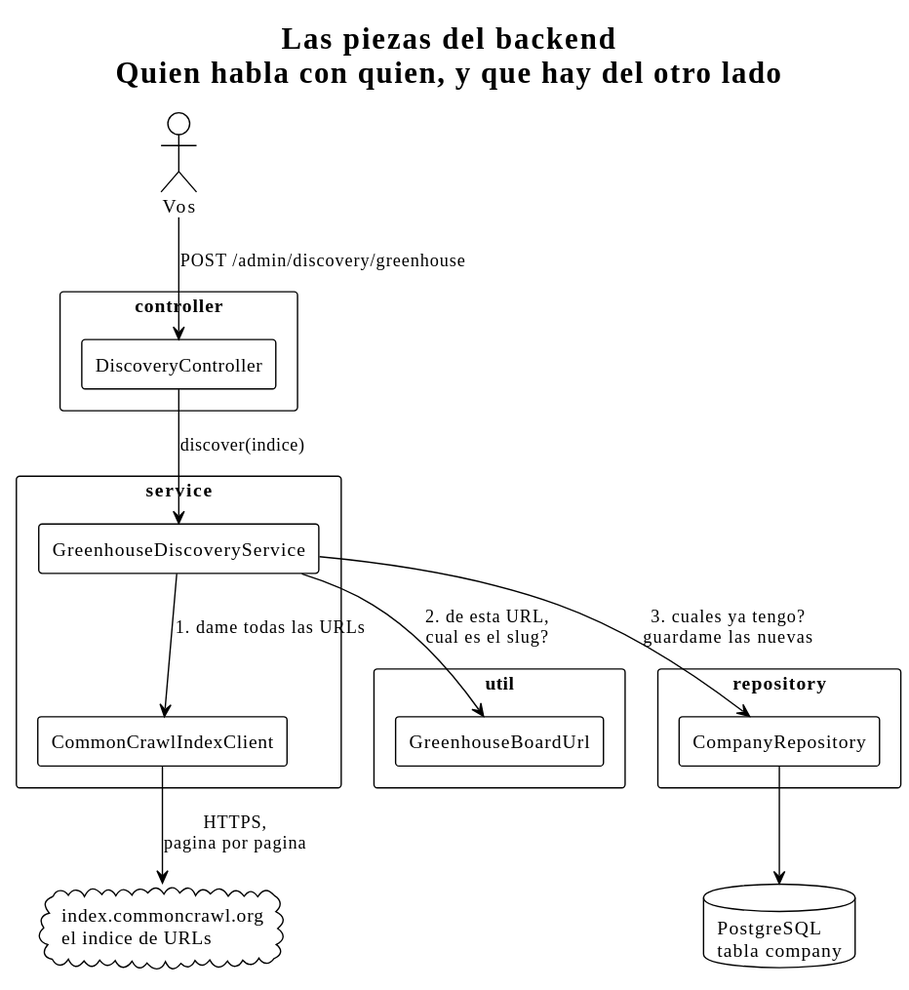
Before: docs/para-humanos/diagramas/panorama.svg, a diagram exported from PlantUML (EliasNAires/oneprofile).
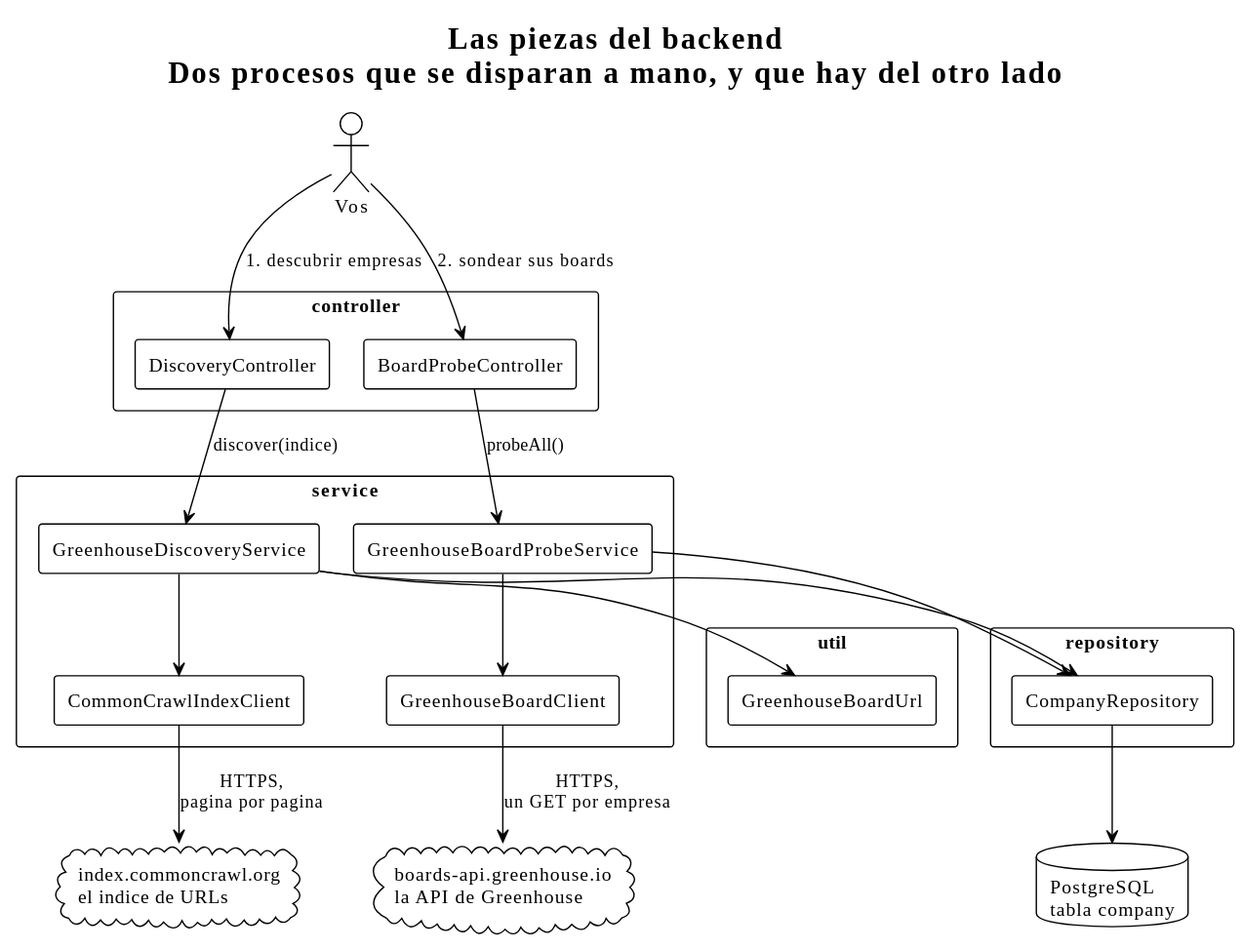
After the commit.

What changed in the source:
```diff
@@ -1,6 +1,6 @@
 @startuml
 !theme plain
-title Las piezas del backend\nQuien habla con quien, y que hay del otro lado
+title Las piezas del backend\nDos procesos que se disparan a mano, y que hay del otro lado
 
 skinparam componentStyle rectangle
 skinparam shadowing false
@@ -11,11 +11,14 @@
 
 rectangle "controller" {
   [DiscoveryController] as ctrl
+  [BoardProbeController] as probeCtrl
 }
 
 rectangle "service" {
   [GreenhouseDiscoveryService] as svc
   [CommonCrawlIndexClient] as client
+  [GreenhouseBoardProbeService] as probeSvc
+  [GreenhouseBoardClient] as boardClient
 }
 
 rectangle "util" {
@@ -27,13 +30,22 @@
 }
 
 cloud "index.commoncrawl.org\nel indice de URLs" as cc
+cloud "boards-api.greenhouse.io\nla API de Greenhouse" as gh
 database "PostgreSQL\ntabla company" as db
 
-you --> ctrl : POST /admin/discovery/greenhouse
+you --> ctrl : 1. descubrir empresas
+you --> probeCtrl : 2. sondear sus boards
+
 ctrl --> svc : discover(indice)
-svc --> client : 1. dame todas las URLs
-svc --> url : 2. de esta URL,\ncual es el slug?
-svc --> repo : 3. cuales ya tengo?\nguardame las nuevas
+probeCtrl --> probeSvc : probeAll()
+
+svc --> client
+svc --> url
+svc --> repo
+probeSvc --> boardClient
+probeSvc --> repo
+
 client --> cc : HTTPS,\npagina por pagina
+boardClient --> gh : HTTPS,\nun GET por empresa
 repo --> db
 @enduml
```
